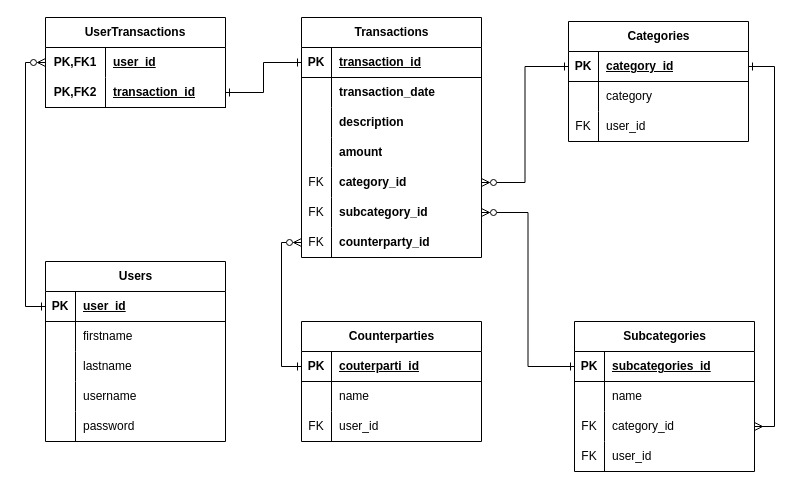
This is ERDiagram.drawio from lunaf-github/smartbudget, a draw.io file, before an edit. Source tidied: cells renumbered, new cells numbered last; positions are measured from the earlier drawing's top-left corner, leaving out a move shared by most shapes. Both pictures are drawn from the tidied source at 100%, with x=0, y=0 at pixel (45, 17).
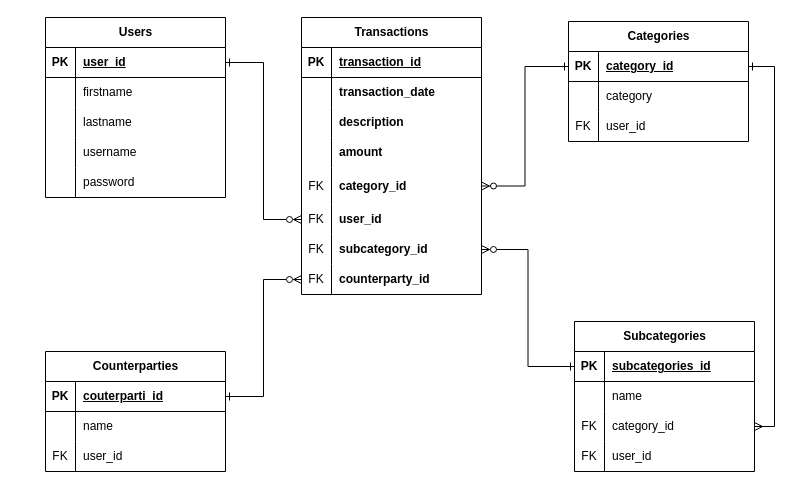
After the change.

Commit message:
remove unnecessary join table

Unchanged cells that the change refers to:
```xml
<mxCell id="3" style="shape=tableRow;horizontal=0;startSize=0;swimlaneHead=0;swimlaneBody=0;fillColor=none;points=[[0,0.5],[1,0.5]];portConstraint=eastwest;top=0;left=0;right=0;bottom=1;" parent="2" vertex="1">
  <mxGeometry y="30" width="180" height="30" as="geometry" />
</mxCell>
<mxCell id="16" value="FK" style="shape=partialRectangle;fillColor=none;top=0;left=0;bottom=0;right=0;overflow=hidden;whiteSpace=wrap;html=1;" parent="15" vertex="1">
  <mxGeometry width="30" height="30" as="geometry" />
</mxCell>
<mxCell id="20" value="subcategory_id" style="shape=partialRectangle;fillColor=none;top=0;left=0;bottom=0;right=0;align=left;spacingLeft=6;overflow=hidden;whiteSpace=wrap;html=1;fontStyle=1;" parent="18" vertex="1">
  <mxGeometry x="30" width="150" height="30" as="geometry" />
</mxCell>
<mxCell id="25" style="shape=tableRow;horizontal=0;startSize=0;swimlaneHead=0;swimlaneBody=0;fillColor=none;points=[[0,0.5],[1,0.5]];portConstraint=eastwest;top=0;left=0;right=0;bottom=1;" parent="24" vertex="1">
  <mxGeometry y="30" width="180" height="30" as="geometry" />
</mxCell>
<mxCell id="35" style="shape=tableRow;horizontal=0;startSize=0;swimlaneHead=0;swimlaneBody=0;fillColor=none;points=[[0,0.5],[1,0.5]];portConstraint=eastwest;top=0;left=0;right=0;bottom=1;" parent="34" vertex="1">
  <mxGeometry y="30" width="180" height="30" as="geometry" />
</mxCell>
<mxCell id="50" style="shape=tableRow;horizontal=0;startSize=0;swimlaneHead=0;swimlaneBody=0;fillColor=none;points=[[0,0.5],[1,0.5]];portConstraint=eastwest;top=0;left=0;right=0;bottom=1;" parent="49" vertex="1">
  <mxGeometry y="30" width="180" height="30" as="geometry" />
</mxCell>
<mxCell id="52" value="couterparti_id" style="shape=partialRectangle;fillColor=none;top=0;left=0;bottom=0;right=0;align=left;spacingLeft=6;fontStyle=5;overflow=hidden;whiteSpace=wrap;html=1;" parent="50" vertex="1">
  <mxGeometry x="30" width="150" height="30" as="geometry" />
</mxCell>
<mxCell id="62" style="shape=tableRow;horizontal=0;startSize=0;swimlaneHead=0;swimlaneBody=0;fillColor=none;points=[[0,0.5],[1,0.5]];portConstraint=eastwest;top=0;left=0;right=0;bottom=1;" parent="61" vertex="1">
  <mxGeometry y="30" width="180" height="30" as="geometry" />
</mxCell>
<mxCell id="64" value="user_id" style="shape=partialRectangle;fillColor=none;top=0;left=0;bottom=0;right=0;align=left;spacingLeft=6;fontStyle=5;overflow=hidden;whiteSpace=wrap;html=1;" parent="62" vertex="1">
  <mxGeometry x="30" width="150" height="30" as="geometry" />
</mxCell>
```

What changed in the source:
```diff
@@
     <mxCell id="2" value="Transactions" style="shape=table;startSize=30;childLayout=tableLayout;rowLines=0;fontStyle=1;align=center;html=1;" parent="1" vertex="1">
-      <mxGeometry x="256" width="180" height="240" as="geometry" />
+      <mxGeometry x="256" width="180" height="277" as="geometry" />
     </mxCell>
@@
+    <mxCell id="86" style="shape=tableRow;horizontal=0;startSize=0;swimlaneHead=0;swimlaneBody=0;fillColor=none;top=0;left=0;right=0;bottom=0;" parent="2" vertex="1">
+      <mxGeometry y="150" width="180" height="37" as="geometry" />
+    </mxCell>
+    <mxCell id="87" value="FK" style="shape=partialRectangle;fillColor=none;top=0;left=0;bottom=0;right=0;overflow=hidden;whiteSpace=wrap;html=1;" parent="86" vertex="1">
+      <mxGeometry width="30" height="37" as="geometry" />
+    </mxCell>
+    <mxCell id="88" value="category_id" style="shape=partialRectangle;fillColor=none;top=0;left=0;bottom=0;right=0;align=left;spacingLeft=6;overflow=hidden;whiteSpace=wrap;html=1;fontStyle=1;" parent="86" vertex="1">
+      <mxGeometry x="30" width="150" height="37" as="geometry" />
+    </mxCell>
     <mxCell id="15" style="shape=tableRow;horizontal=0;startSize=0;swimlaneHead=0;swimlaneBody=0;fillColor=none;points=[[0,0.5],[1,0.5]];portConstraint=eastwest;top=0;left=0;right=0;bottom=0;" parent="2" vertex="1">
-      <mxGeometry y="150" width="180" height="30" as="geometry" />
+      <mxGeometry y="187" width="180" height="30" as="geometry" />
     </mxCell>
@@
-    <mxCell id="17" value="category_id" style="shape=partialRectangle;fillColor=none;top=0;left=0;bottom=0;right=0;align=left;spacingLeft=6;overflow=hidden;whiteSpace=wrap;html=1;fontStyle=1;" parent="15" vertex="1">
+    <mxCell id="17" value="user_id" style="shape=partialRectangle;fillColor=none;top=0;left=0;bottom=0;right=0;align=left;spacingLeft=6;overflow=hidden;whiteSpace=wrap;html=1;fontStyle=1;" parent="15" vertex="1">
       <mxGeometry x="30" width="150" height="30" as="geometry" />
     </mxCell>
     <mxCell id="18" style="shape=tableRow;horizontal=0;startSize=0;swimlaneHead=0;swimlaneBody=0;fillColor=none;points=[[0,0.5],[1,0.5]];portConstraint=eastwest;top=0;left=0;right=0;bottom=0;" parent="2" vertex="1">
-      <mxGeometry y="180" width="180" height="30" as="geometry" />
+      <mxGeometry y="217" width="180" height="30" as="geometry" />
     </mxCell>
@@
     <mxCell id="21" style="shape=tableRow;horizontal=0;startSize=0;swimlaneHead=0;swimlaneBody=0;fillColor=none;points=[[0,0.5],[1,0.5]];portConstraint=eastwest;top=0;left=0;right=0;bottom=0;" parent="2" vertex="1">
-      <mxGeometry y="210" width="180" height="30" as="geometry" />
+      <mxGeometry y="247" width="180" height="30" as="geometry" />
     </mxCell>
@@
-    <mxCell id="47" style="edgeStyle=orthogonalEdgeStyle;rounded=0;jettySize=auto;html=1;exitX=0;exitY=0.5;exitDx=0;exitDy=0;entryX=1;entryY=0.5;entryDx=0;entryDy=0;elbow=vertical;endArrow=ERzeroToMany;endFill=0;startArrow=ERone;startFill=0;" parent="1" edge="1" source="35" target="18">
+    <mxCell id="47" style="edgeStyle=orthogonalEdgeStyle;rounded=0;jettySize=auto;html=1;exitX=0;exitY=0.5;exitDx=0;exitDy=0;entryX=1;entryY=0.5;entryDx=0;entryDy=0;elbow=vertical;endArrow=ERzeroToMany;endFill=0;startArrow=ERone;startFill=0;" parent="1" edge="1" source="35" target="20">
       <mxGeometry relative="1" as="geometry" />
     </mxCell>
-    <mxCell id="48" style="edgeStyle=orthogonalEdgeStyle;rounded=0;jettySize=auto;html=1;exitX=0;exitY=0.5;exitDx=0;exitDy=0;entryX=1;entryY=0.5;entryDx=0;entryDy=0;endArrow=ERzeroToMany;endFill=0;startArrow=ERone;startFill=0;" parent="1" edge="1" source="25" target="15">
+    <mxCell id="48" style="edgeStyle=orthogonalEdgeStyle;rounded=0;jettySize=auto;html=1;exitX=0;exitY=0.5;exitDx=0;exitDy=0;entryX=1;entryY=0.5;entryDx=0;entryDy=0;endArrow=ERzeroToMany;endFill=0;startArrow=ERone;startFill=0;" parent="1" edge="1" source="25" target="88">
       <mxGeometry relative="1" as="geometry" />
     </mxCell>
     <mxCell id="49" value="Counterparties" style="shape=table;startSize=30;childLayout=tableLayout;rowLines=0;fontStyle=1;align=center;html=1;" parent="1" vertex="1">
-      <mxGeometry x="256" y="304" width="180" height="120" as="geometry" />
+      <mxGeometry y="334" width="180" height="120" as="geometry" />
     </mxCell>
@@
-    <mxCell id="59" style="edgeStyle=orthogonalEdgeStyle;rounded=0;jettySize=auto;html=1;exitX=0;exitY=0.5;exitDx=0;exitDy=0;entryX=0;entryY=0.5;entryDx=0;entryDy=0;endArrow=ERzeroToMany;endFill=0;startArrow=ERone;startFill=0;" parent="1" edge="1" source="50" target="21">
+    <mxCell id="59" style="edgeStyle=orthogonalEdgeStyle;rounded=0;jettySize=auto;html=1;exitX=1;exitY=0.5;exitDx=0;exitDy=0;entryX=0;entryY=0.5;entryDx=0;entryDy=0;endArrow=ERzeroToMany;endFill=0;startArrow=ERone;startFill=0;" parent="1" edge="1" source="52" target="21">
       <mxGeometry relative="1" as="geometry" />
     </mxCell>
@@
     <mxCell id="61" value="Users" style="shape=table;startSize=30;childLayout=tableLayout;rowLines=0;fontStyle=1;align=center;html=1;" parent="1" vertex="1">
-      <mxGeometry y="244" width="180" height="180" as="geometry" />
+      <mxGeometry width="180" height="180" as="geometry" />
     </mxCell>
@@
-    <mxCell id="77" value="UserTransactions" style="shape=table;startSize=30;childLayout=tableLayout;rowLines=0;fontStyle=1;align=center;html=1;whiteSpace=wrap;hachureGap=4;fontFamily=Helvetica;" parent="1" vertex="1">
-      <mxGeometry width="180" height="90" as="geometry" />
-    </mxCell>
-    <mxCell id="78" style="shape=tableRow;horizontal=0;startSize=0;swimlaneHead=0;swimlaneBody=0;fillColor=none;points=[[0,0.5],[1,0.5]];portConstraint=eastwest;top=0;left=0;right=0;bottom=0;html=1;hachureGap=4;fontFamily=Architects Daughter;" parent="77" vertex="1">
-      <mxGeometry y="30" width="180" height="30" as="geometry" />
-    </mxCell>
-    <mxCell id="79" value="PK,FK1" style="shape=partialRectangle;fillColor=none;top=0;left=0;bottom=0;right=0;fontStyle=1;overflow=hidden;html=1;whiteSpace=wrap;hachureGap=4;fontFamily=Helvetica;" parent="78" vertex="1">
-      <mxGeometry width="60" height="30" as="geometry" />
-    </mxCell>
-    <mxCell id="80" value="user_id" style="shape=partialRectangle;fillColor=none;top=0;left=0;bottom=0;right=0;align=left;spacingLeft=6;fontStyle=5;overflow=hidden;html=1;whiteSpace=wrap;hachureGap=4;fontFamily=Helvetica;" parent="78" vertex="1">
-      <mxGeometry x="60" width="120" height="30" as="geometry" />
-    </mxCell>
-    <mxCell id="81" style="shape=tableRow;horizontal=0;startSize=0;swimlaneHead=0;swimlaneBody=0;fillColor=none;points=[[0,0.5],[1,0.5]];portConstraint=eastwest;top=0;left=0;right=0;bottom=1;html=1;hachureGap=4;fontFamily=Architects Daughter;" parent="77" vertex="1">
-      <mxGeometry y="60" width="180" height="30" as="geometry" />
-    </mxCell>
-    <mxCell id="82" value="PK,FK2" style="shape=partialRectangle;fillColor=none;top=0;left=0;bottom=0;right=0;fontStyle=1;overflow=hidden;html=1;whiteSpace=wrap;hachureGap=4;fontFamily=Helvetica;" parent="81" vertex="1">
-      <mxGeometry width="60" height="30" as="geometry" />
-    </mxCell>
-    <mxCell id="83" value="transaction_id" style="shape=partialRectangle;fillColor=none;top=0;left=0;bottom=0;right=0;align=left;spacingLeft=6;fontStyle=5;overflow=hidden;html=1;whiteSpace=wrap;hachureGap=4;fontFamily=Helvetica;" parent="81" vertex="1">
-      <mxGeometry x="60" width="120" height="30" as="geometry" />
-    </mxCell>
-    <mxCell id="84" style="edgeStyle=orthogonalEdgeStyle;rounded=0;hachureGap=4;jettySize=auto;html=1;exitX=0;exitY=0.5;exitDx=0;exitDy=0;entryX=0;entryY=0.5;entryDx=0;entryDy=0;fontFamily=Architects Daughter;startArrow=ERone;startFill=0;endArrow=ERzeroToMany;endFill=0;" parent="1" edge="1" source="62" target="78">
-      <mxGeometry relative="1" as="geometry" />
-    </mxCell>
-    <mxCell id="85" style="edgeStyle=orthogonalEdgeStyle;rounded=0;hachureGap=4;jettySize=auto;html=1;exitX=1;exitY=0.5;exitDx=0;exitDy=0;entryX=0;entryY=0.5;entryDx=0;entryDy=0;fontFamily=Architects Daughter;startArrow=ERone;startFill=0;endArrow=ERone;endFill=0;" parent="1" edge="1" source="81" target="3">
-      <mxGeometry relative="1" as="geometry" />
-    </mxCell>
+    <mxCell id="89" style="edgeStyle=orthogonalEdgeStyle;rounded=0;hachureGap=4;jettySize=auto;html=1;exitX=0;exitY=0.5;exitDx=0;exitDy=0;entryX=1;entryY=0.5;entryDx=0;entryDy=0;fontFamily=Architects Daughter;startArrow=ERzeroToMany;startFill=0;endArrow=ERone;endFill=0;" parent="1" edge="1" source="16" target="64">
+      <mxGeometry relative="1" as="geometry" />
+    </mxCell>
```
